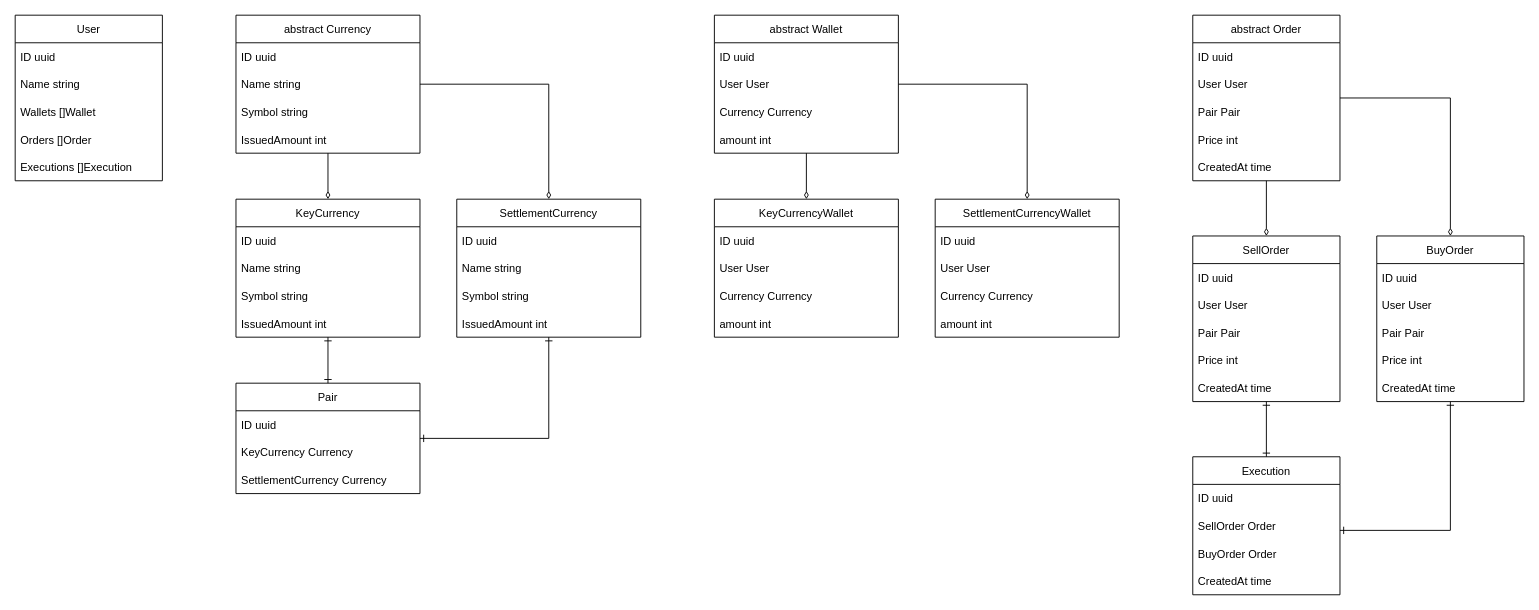
Above: entity.drawio in tacktttt/exchange (draw.io), before the change. Source tidied: cells renumbered, new cells numbered last; positions are measured from the earlier drawing's top-left corner, leaving out a move shared by most shapes. Both pictures are drawn from the tidied source at 92%, with x=0, y=0 at pixel (15, 15).
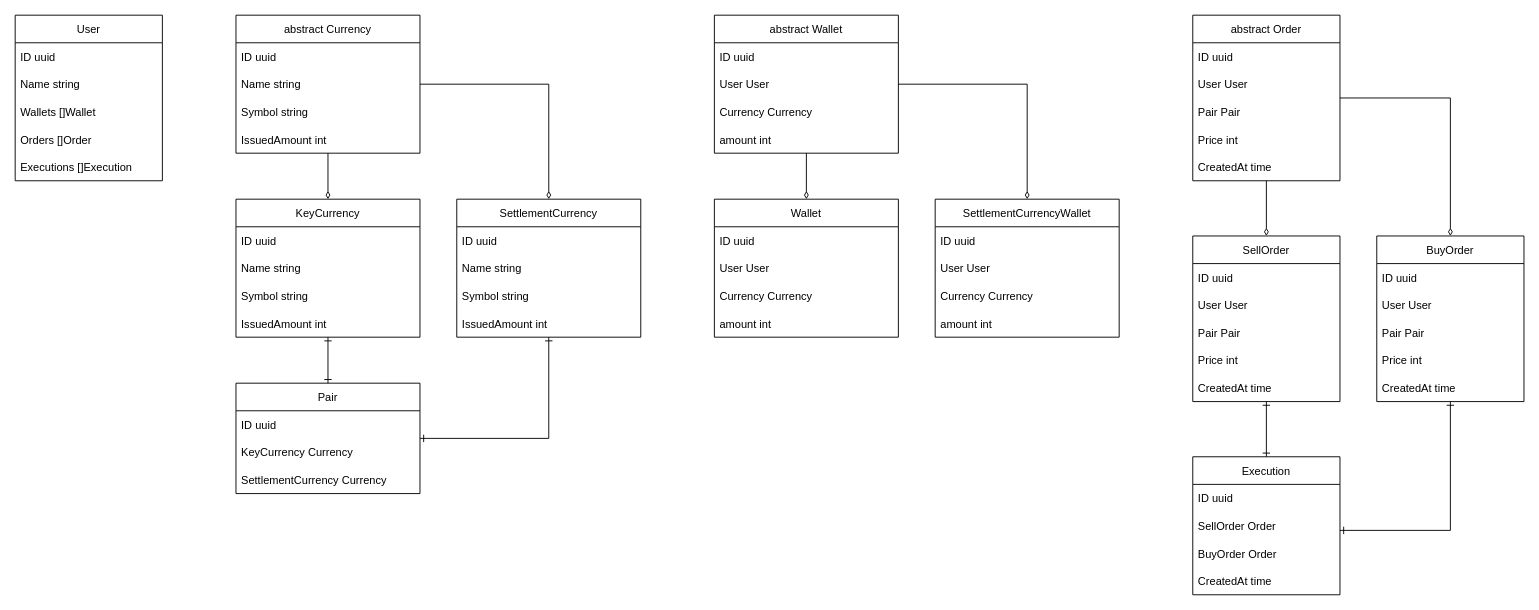
The same diagram, later.

The edit, as a diff of the source:
```diff
@@
-    <mxCell id="43" value="KeyCurrencyWallet" style="swimlane;fontStyle=0;horizontal=1;startSize=30;" parent="1" vertex="1">
+    <mxCell id="43" value="Wallet" style="swimlane;fontStyle=0;horizontal=1;startSize=30;" parent="1" vertex="1">
       <mxGeometry x="760" y="200" width="200" height="150" as="geometry" />
     </mxCell>
```
